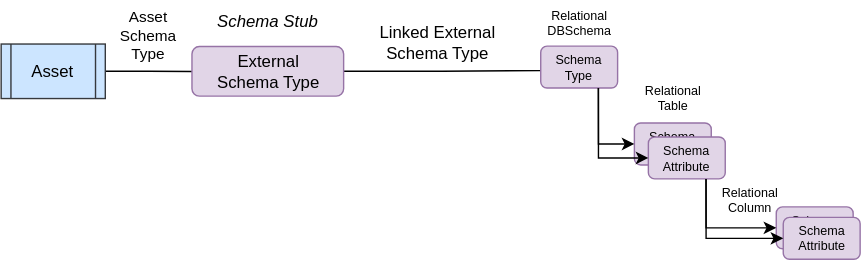
Before: site/docs/practices/common-data-definitions/semantic-to-implementation-assets-and-schemas-external.svg, a diagram exported from draw.io (odpi/egeria-docs). Source tidied: cells renumbered, new cells last; positions are measured from the earlier drawing's top-left corner, leaving out a move shared by most shapes. Source of this version:
```xml
<mxGraphModel>
  <root>
    <mxCell id="0" />
    <mxCell id="1" parent="0" />
    <mxCell id="2" style="edgeStyle=orthogonalEdgeStyle;rounded=0;html=1;startArrow=none;startFill=0;endArrow=none;endFill=0;jettySize=auto;fontSize=12;fontColor=#000000;" parent="1" edge="1" source="20" target="4">
      <mxGeometry relative="1" as="geometry" />
    </mxCell>
    <mxCell id="3" style="edgeStyle=orthogonalEdgeStyle;rounded=0;html=1;exitX=1;exitY=0.5;startArrow=none;startFill=0;endArrow=none;endFill=0;jettySize=auto;fontSize=12;fontColor=#000000;" parent="1" edge="1" source="4">
      <mxGeometry relative="1" as="geometry">
        <mxPoint x="386" y="50" as="targetPoint" />
      </mxGeometry>
    </mxCell>
    <mxCell id="4" value="External&lt;br&gt;Schema Type" style="rounded=1;whiteSpace=wrap;html=1;strokeColor=#9673a6;fillColor=#e1d5e7;fontSize=12;" parent="1" vertex="1">
      <mxGeometry x="136.5" y="32.8" width="108.5" height="35.5" as="geometry" />
    </mxCell>
    <mxCell id="5" value="Schema Stub" style="text;html=1;strokeColor=none;fillColor=none;align=center;verticalAlign=middle;whiteSpace=wrap;rounded=0;fontSize=12;fontColor=#000000;fontStyle=2;" parent="1" vertex="1">
      <mxGeometry x="135.8" width="110" height="30" as="geometry" />
    </mxCell>
    <mxCell id="6" value="Asset&lt;br&gt;Schema&lt;br&gt;Type" style="text;html=1;align=center;verticalAlign=middle;strokeColor=none;fillColor=none;fontSize=11;" parent="1" vertex="1">
      <mxGeometry x="74.5" width="60" height="50" as="geometry" />
    </mxCell>
    <mxCell id="7" value="Schema Type" style="rounded=1;whiteSpace=wrap;html=1;strokeColor=#9673a6;fillColor=#e1d5e7;fontSize=9;" parent="1" vertex="1">
      <mxGeometry x="386" y="32.5" width="55" height="30" as="geometry" />
    </mxCell>
    <mxCell id="8" value="Schema Attribute" style="rounded=1;whiteSpace=wrap;html=1;strokeColor=#9673a6;fillColor=#e1d5e7;fontSize=9;" parent="1" vertex="1">
      <mxGeometry x="453" y="87.5" width="55" height="30" as="geometry" />
    </mxCell>
    <mxCell id="9" value="Schema Attribute" style="rounded=1;whiteSpace=wrap;html=1;strokeColor=#9673a6;fillColor=#e1d5e7;fontSize=9;" parent="1" vertex="1">
      <mxGeometry x="463" y="97.5" width="55" height="30" as="geometry" />
    </mxCell>
    <mxCell id="10" style="edgeStyle=orthogonalEdgeStyle;rounded=0;html=1;exitX=0.75;exitY=1;entryX=0;entryY=0.5;startArrow=none;startFill=0;endArrow=classic;endFill=1;jettySize=auto;fontSize=9;" parent="1" edge="1" source="7" target="8">
      <mxGeometry relative="1" as="geometry" />
    </mxCell>
    <mxCell id="11" value="Schema Attribute" style="rounded=1;whiteSpace=wrap;html=1;strokeColor=#9673a6;fillColor=#e1d5e7;fontSize=9;" parent="1" vertex="1">
      <mxGeometry x="554.5" y="147.5" width="55" height="30" as="geometry" />
    </mxCell>
    <mxCell id="12" value="Schema Attribute" style="rounded=1;whiteSpace=wrap;html=1;strokeColor=#9673a6;fillColor=#e1d5e7;fontSize=9;" parent="1" vertex="1">
      <mxGeometry x="559.5" y="155" width="55" height="30" as="geometry" />
    </mxCell>
    <mxCell id="13" value="Relational&lt;br&gt;DBSchema" style="text;html=1;strokeColor=none;fillColor=none;align=center;verticalAlign=middle;whiteSpace=wrap;rounded=0;fontSize=9;" parent="1" vertex="1">
      <mxGeometry x="393.5" y="7" width="40" height="18" as="geometry" />
    </mxCell>
    <mxCell id="14" value="Relational Table" style="text;html=1;strokeColor=none;fillColor=none;align=center;verticalAlign=middle;whiteSpace=wrap;rounded=0;fontSize=9;" parent="1" vertex="1">
      <mxGeometry x="460.5" y="60" width="40" height="20" as="geometry" />
    </mxCell>
    <mxCell id="15" value="Relational Column" style="text;html=1;strokeColor=none;fillColor=none;align=center;verticalAlign=middle;whiteSpace=wrap;rounded=0;fontSize=9;" parent="1" vertex="1">
      <mxGeometry x="515.5" y="132.5" width="40" height="20" as="geometry" />
    </mxCell>
    <mxCell id="16" style="edgeStyle=orthogonalEdgeStyle;rounded=0;html=1;exitX=0.75;exitY=1;entryX=0;entryY=0.5;startArrow=none;startFill=0;endArrow=classic;endFill=1;jettySize=auto;fontSize=9;" parent="1" edge="1" source="7" target="9">
      <mxGeometry relative="1" as="geometry" />
    </mxCell>
    <mxCell id="17" style="edgeStyle=orthogonalEdgeStyle;rounded=0;html=1;exitX=0.75;exitY=1;entryX=0;entryY=0.5;startArrow=none;startFill=0;endArrow=classic;endFill=1;jettySize=auto;fontSize=9;exitDx=0;exitDy=0;" parent="1" edge="1" source="9" target="11">
      <mxGeometry relative="1" as="geometry">
        <Array as="points">
          <mxPoint x="504.5" y="162.5" />
        </Array>
      </mxGeometry>
    </mxCell>
    <mxCell id="18" style="edgeStyle=orthogonalEdgeStyle;rounded=0;html=1;exitX=0.75;exitY=1;entryX=0;entryY=0.5;startArrow=none;startFill=0;endArrow=classic;endFill=1;jettySize=auto;fontSize=9;entryDx=0;entryDy=0;" parent="1" edge="1" source="9" target="12">
      <mxGeometry relative="1" as="geometry">
        <Array as="points">
          <mxPoint x="504.5" y="170.5" />
        </Array>
      </mxGeometry>
    </mxCell>
    <mxCell id="19" value="Linked External&lt;br&gt;Schema Type" style="text;html=1;align=center;verticalAlign=middle;strokeColor=none;fillColor=none;fontSize=12;" parent="1" vertex="1">
      <mxGeometry x="256.5" y="10" width="110" height="40" as="geometry" />
    </mxCell>
    <mxCell id="20" value="Asset" style="shape=process;whiteSpace=wrap;html=1;backgroundOutline=1;strokeColor=#36393d;fillColor=#cce5ff;fontSize=12;" parent="1" vertex="1">
      <mxGeometry y="31" width="74.5" height="39" as="geometry" />
    </mxCell>
  </root>
</mxGraphModel>
```
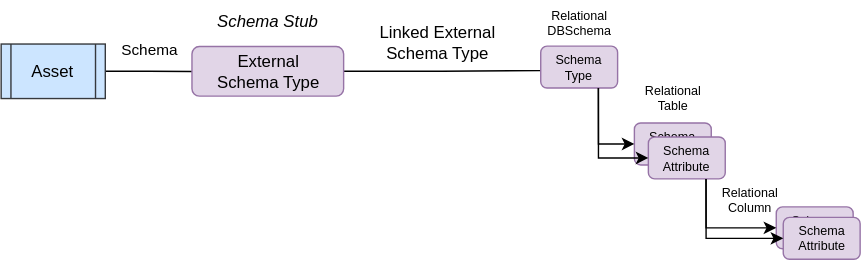
Later version of the same file.

The edit, as a diff of the source:
```diff
@@ -16,8 +16,8 @@
     <mxCell id="5" value="Schema Stub" style="text;html=1;strokeColor=none;fillColor=none;align=center;verticalAlign=middle;whiteSpace=wrap;rounded=0;fontSize=12;fontColor=#000000;fontStyle=2;" parent="1" vertex="1">
       <mxGeometry x="135.8" width="110" height="30" as="geometry" />
     </mxCell>
-    <mxCell id="6" value="Asset&lt;br&gt;Schema&lt;br&gt;Type" style="text;html=1;align=center;verticalAlign=middle;strokeColor=none;fillColor=none;fontSize=11;" parent="1" vertex="1">
-      <mxGeometry x="74.5" width="60" height="50" as="geometry" />
+    <mxCell id="6" value="Schema" style="text;html=1;align=center;verticalAlign=middle;strokeColor=none;fillColor=none;fontSize=11;" parent="1" vertex="1">
+      <mxGeometry x="75.8" y="20" width="60" height="30" as="geometry" />
     </mxCell>
     <mxCell id="7" value="Schema Type" style="rounded=1;whiteSpace=wrap;html=1;strokeColor=#9673a6;fillColor=#e1d5e7;fontSize=9;" parent="1" vertex="1">
       <mxGeometry x="386" y="32.5" width="55" height="30" as="geometry" />
```
